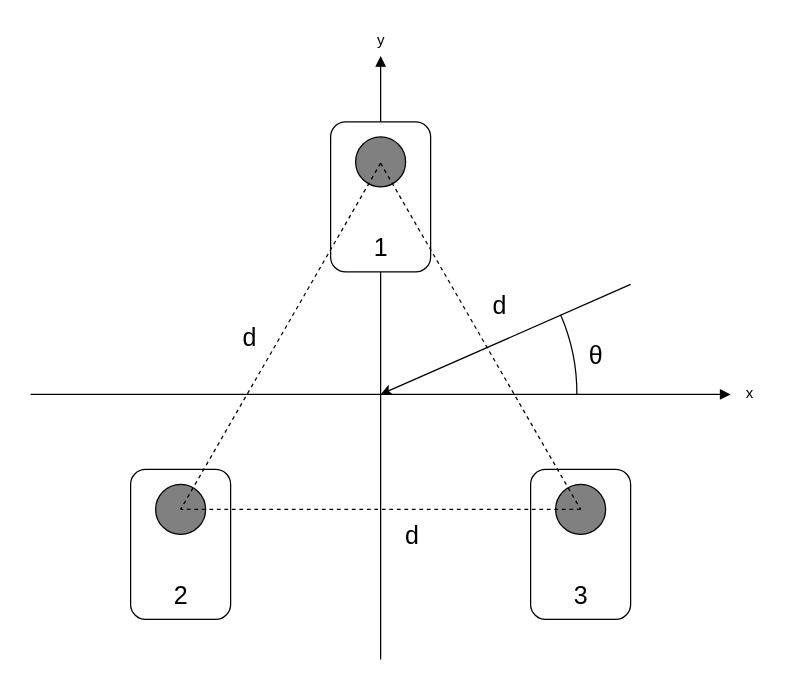
The draw.io diagram page "Mikrofon_oppsett" (3 of 5) of Lab_2/lab2.drawio in kristiangoystdal/TTT4280_sensor_lab, before the edit. Source tidied: cells renumbered, new cells numbered last; positions are measured from the earlier drawing's top-left corner, leaving out a move shared by most shapes. Both pictures are drawn from the tidied source at 125%, with x=0, y=0 at pixel (30, 21).
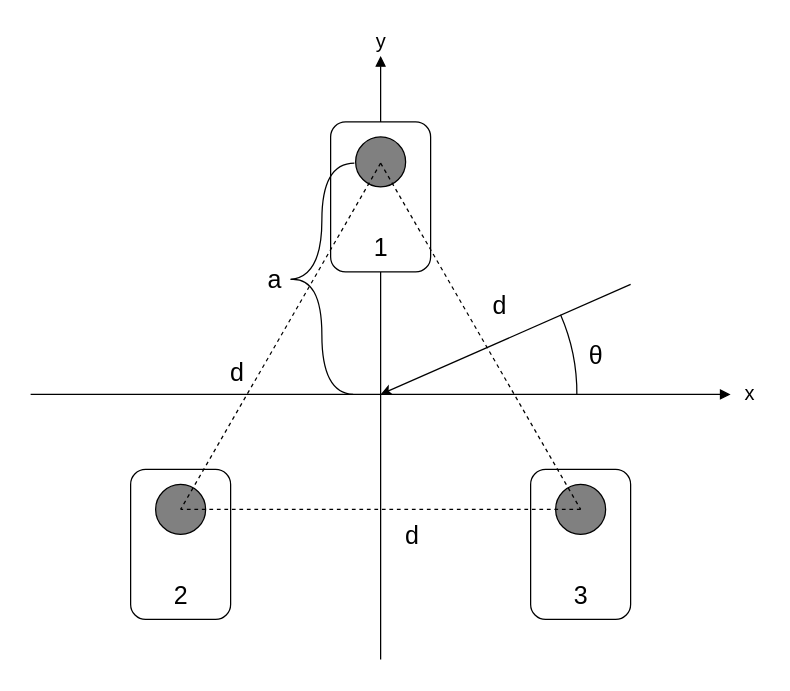
Above is the later version.

Diff of the diagram source:
```diff
@@
-    <mxCell id="12" value="x" style="text;html=1;align=center;verticalAlign=middle;strokeColor=none;fillColor=none;" parent="1" vertex="1">
+    <mxCell id="12" value="x" style="text;html=1;align=center;verticalAlign=middle;strokeColor=none;fillColor=none;fontSize=16;" parent="1" vertex="1">
       <mxGeometry x="560" y="282" width="30" height="30" as="geometry" />
     </mxCell>
-    <mxCell id="13" value="y" style="text;html=1;align=center;verticalAlign=middle;strokeColor=none;fillColor=none;" parent="1" vertex="1">
+    <mxCell id="13" value="y" style="text;html=1;align=center;verticalAlign=middle;strokeColor=none;fillColor=none;fontSize=16;" parent="1" vertex="1">
       <mxGeometry x="265" width="30" height="30" as="geometry" />
     </mxCell>
@@
     <mxCell id="22" value="&lt;font style=&quot;font-size: 20px;&quot;&gt;d&lt;/font&gt;" style="text;html=1;align=center;verticalAlign=middle;strokeColor=none;fillColor=none;rotation=0;" parent="1" vertex="1">
-      <mxGeometry x="160" y="231.5" width="30" height="40" as="geometry" />
+      <mxGeometry x="150" y="260" width="30" height="40" as="geometry" />
     </mxCell>
@@
+    <mxCell id="27" style="group;rotation=90;" parent="1" vertex="1">
+      <mxGeometry x="140" y="180" width="186" height="50" as="geometry" />
+    </mxCell>
+    <mxCell id="28" style="endArrow=none;html=1;rounded=0;curved=1;" parent="27" edge="1">
+      <mxGeometry relative="1" as="geometry">
+        <mxPoint x="68" y="26" as="sourcePoint" />
+        <mxPoint x="118" y="118" as="targetPoint" />
+        <Array as="points">
+          <mxPoint x="93" y="24" />
+          <mxPoint x="93" y="117" />
+        </Array>
+      </mxGeometry>
+    </mxCell>
+    <mxCell id="29" style="endArrow=none;html=1;rounded=0;curved=1;" parent="27" edge="1">
+      <mxGeometry relative="1" as="geometry">
+        <mxPoint x="68" y="26" as="sourcePoint" />
+        <mxPoint x="119" y="-67" as="targetPoint" />
+        <Array as="points">
+          <mxPoint x="93" y="24" />
+          <mxPoint x="93" y="-67" />
+        </Array>
+      </mxGeometry>
+    </mxCell>
+    <mxCell id="30" value="&lt;font style=&quot;font-size: 20px;&quot;&gt;a&lt;/font&gt;" style="text;html=1;align=center;verticalAlign=middle;strokeColor=none;fillColor=none;rotation=0;" parent="1" vertex="1">
+      <mxGeometry x="180" y="185" width="30" height="40" as="geometry" />
+    </mxCell>
```
